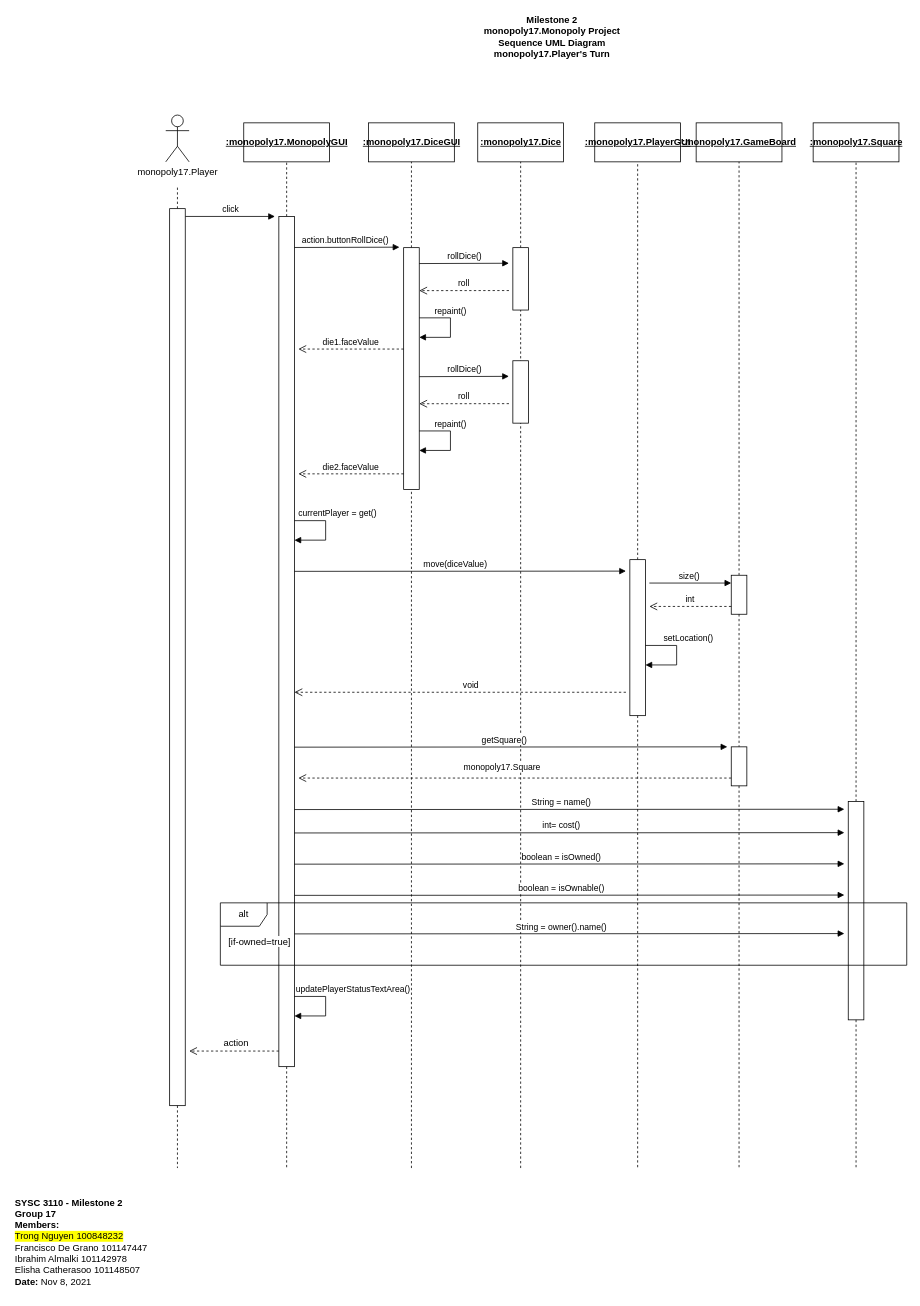
trong0dn/monopoly keeps this draw.io diagram as page "SequenceUML_4" (5 of 5) of M2_ClassUML.drawio. Above is the earlier version. Source tidied: cells renumbered, new cells numbered last; positions are measured from the earlier drawing's top-left corner, leaving out a move shared by most shapes. Both pictures are drawn from the tidied source at 78%, with x=0, y=0 at pixel (13, 13).
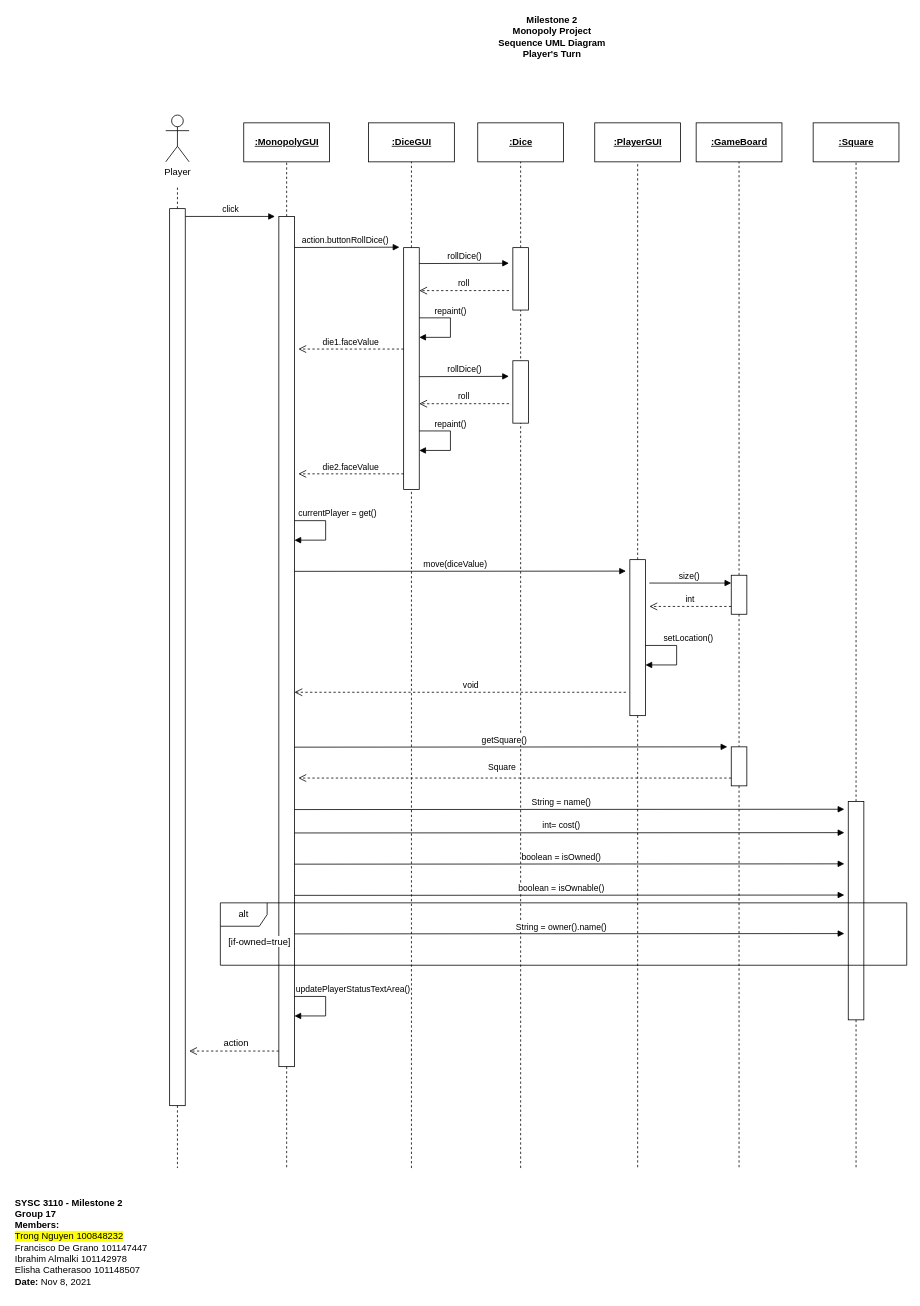
After the change.

Unchanged cells that the change refers to:
```xml
<mxCell id="51" style="html=1;verticalAlign=bottom;endArrow=open;dashed=1;endSize=8;rounded=0;" parent="1" edge="1">
  <mxGeometry relative="1" as="geometry">
    <mxPoint x="920" y="980" as="sourcePoint" />
    <mxPoint x="365" y="980" as="targetPoint" />
  </mxGeometry>
</mxCell>
```

Diff of the diagram source:
```diff
@@
-    <mxCell id="2" value="&lt;b&gt;Milestone 2&lt;br&gt;monopoly17.Monopoly Project&lt;br&gt;Sequence UML Diagram&lt;br&gt;monopoly17.Player's Turn&lt;br&gt;&lt;/b&gt;" style="text;html=1;align=center;verticalAlign=middle;strokeColor=none;fillColor=none;" parent="1" vertex="1">
+    <mxCell id="2" value="&lt;b&gt;Milestone 2&lt;br&gt;Monopoly Project&lt;br&gt;Sequence UML Diagram&lt;br&gt;Player's Turn&lt;br&gt;&lt;/b&gt;" style="text;html=1;align=center;verticalAlign=middle;strokeColor=none;fillColor=none;" parent="1" vertex="1">
       <mxGeometry x="615" width="150" height="60" as="geometry" />
     </mxCell>
@@
-    <mxCell id="4" value="monopoly17.Player" style="shape=umlActor;verticalLabelPosition=bottom;verticalAlign=top;html=1;" parent="1" vertex="1">
+    <mxCell id="4" value="Player" style="shape=umlActor;verticalLabelPosition=bottom;verticalAlign=top;html=1;" parent="1" vertex="1">
       <mxGeometry x="195" y="130" width="30" height="60" as="geometry" />
     </mxCell>
@@
-    <mxCell id="7" value="&lt;b&gt;&lt;u&gt;:monopoly17.MonopolyGUI&lt;/u&gt;&lt;/b&gt;" style="html=1;align=center;" parent="1" vertex="1">
+    <mxCell id="7" value="&lt;b&gt;&lt;u&gt;:MonopolyGUI&lt;/u&gt;&lt;/b&gt;" style="html=1;align=center;" parent="1" vertex="1">
       <mxGeometry x="295" y="140" width="110" height="50" as="geometry" />
     </mxCell>
@@
-    <mxCell id="11" value="&lt;b&gt;&lt;u&gt;:monopoly17.DiceGUI&lt;/u&gt;&lt;/b&gt;" style="html=1;align=center;" parent="1" vertex="1">
+    <mxCell id="11" value="&lt;b&gt;&lt;u&gt;:DiceGUI&lt;/u&gt;&lt;/b&gt;" style="html=1;align=center;" parent="1" vertex="1">
       <mxGeometry x="455" y="140" width="110" height="50" as="geometry" />
     </mxCell>
@@
-    <mxCell id="14" value="&lt;b&gt;&lt;u&gt;:monopoly17.Dice&lt;/u&gt;&lt;/b&gt;" style="html=1;align=center;" parent="1" vertex="1">
+    <mxCell id="14" value="&lt;b&gt;&lt;u&gt;:Dice&lt;/u&gt;&lt;/b&gt;" style="html=1;align=center;" parent="1" vertex="1">
       <mxGeometry x="595" y="140" width="110" height="50" as="geometry" />
     </mxCell>
@@
-    <mxCell id="17" value="&lt;b&gt;&lt;u&gt;:monopoly17.PlayerGUI&lt;/u&gt;&lt;/b&gt;" style="html=1;align=center;" parent="1" vertex="1">
+    <mxCell id="17" value="&lt;b&gt;&lt;u&gt;:PlayerGUI&lt;/u&gt;&lt;/b&gt;" style="html=1;align=center;" parent="1" vertex="1">
       <mxGeometry x="745" y="140" width="110" height="50" as="geometry" />
     </mxCell>
@@
-    <mxCell id="33" value="&lt;b&gt;&lt;u&gt;:monopoly17.GameBoard&lt;/u&gt;&lt;/b&gt;" style="html=1;align=center;" parent="1" vertex="1">
+    <mxCell id="33" value="&lt;b&gt;&lt;u&gt;:GameBoard&lt;/u&gt;&lt;/b&gt;" style="html=1;align=center;" parent="1" vertex="1">
       <mxGeometry x="875" y="140" width="110" height="50" as="geometry" />
     </mxCell>
@@
-    <mxCell id="44" value="&lt;b&gt;&lt;u&gt;:monopoly17.Square&lt;/u&gt;&lt;/b&gt;" style="html=1;align=center;" parent="1" vertex="1">
+    <mxCell id="44" value="&lt;b&gt;&lt;u&gt;:Square&lt;/u&gt;&lt;/b&gt;" style="html=1;align=center;" parent="1" vertex="1">
       <mxGeometry x="1025" y="140" width="110" height="50" as="geometry" />
     </mxCell>
@@
-    <mxCell id="52" value="monopoly17.Square" style="edgeLabel;html=1;align=center;verticalAlign=middle;" parent="51" vertex="1">
+    <mxCell id="52" value="Square" style="edgeLabel;html=1;align=center;verticalAlign=middle;" parent="51" vertex="1">
       <mxGeometry x="-0.06" y="-3" relative="1" as="geometry">
         <mxPoint x="-34" y="-12" as="offset" />
       </mxGeometry>
     </mxCell>
```
